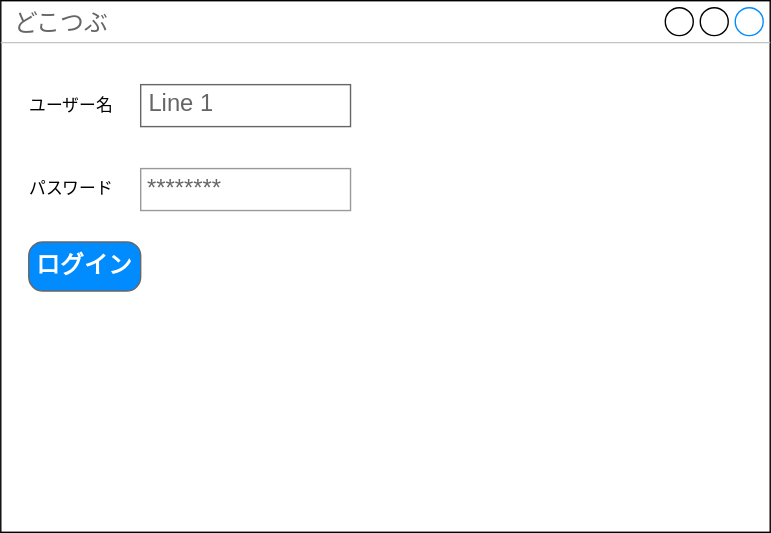
Earlier version of the draw.io export クラス図.drawio.svg (tateyama-lotus/sampleRepo). Source tidied: cells renumbered, new cells last; positions are measured from the earlier drawing's top-left corner, leaving out a move shared by most shapes. Its diagram source:
```xml
<mxGraphModel>
  <root>
    <mxCell id="0" />
    <mxCell id="1" parent="0" />
    <mxCell id="2" value="どこつぶ&lt;div&gt;&lt;br&gt;&lt;/div&gt;" style="strokeWidth=1;shadow=0;dashed=0;align=center;html=1;shape=mxgraph.mockup.containers.window;align=left;verticalAlign=top;spacingLeft=8;strokeColor2=#008cff;strokeColor3=#c4c4c4;fontColor=#666666;mainText=;fontSize=17;labelBackgroundColor=none;whiteSpace=wrap;" parent="1" vertex="1">
      <mxGeometry width="550" height="380" as="geometry" />
    </mxCell>
    <mxCell id="3" value="********" style="strokeWidth=1;shadow=0;dashed=0;align=center;html=1;shape=mxgraph.mockup.forms.pwField;strokeColor=#999999;mainText=;align=left;fontColor=#666666;fontSize=17;spacingLeft=3;" parent="1" vertex="1">
      <mxGeometry x="100" y="120" width="150" height="30" as="geometry" />
    </mxCell>
    <mxCell id="4" value="Line 1" style="strokeWidth=1;shadow=0;dashed=0;align=center;html=1;shape=mxgraph.mockup.text.textBox;fontColor=#666666;align=left;fontSize=17;spacingLeft=4;spacingTop=-3;whiteSpace=wrap;strokeColor=#666666;mainText=;" parent="1" vertex="1">
      <mxGeometry x="100" y="60" width="150" height="30" as="geometry" />
    </mxCell>
    <mxCell id="5" value="ユーザー名" style="text;html=1;align=center;verticalAlign=middle;strokeColor=none;fillColor=none;" parent="1" vertex="1">
      <mxGeometry x="10" y="60" width="80" height="30" as="geometry" />
    </mxCell>
    <mxCell id="6" value="パスワード" style="text;html=1;align=center;verticalAlign=middle;strokeColor=none;fillColor=none;" parent="1" vertex="1">
      <mxGeometry x="10" y="120" width="80" height="30" as="geometry" />
    </mxCell>
    <mxCell id="7" value="ログイン" style="strokeWidth=1;shadow=0;dashed=0;align=center;html=1;shape=mxgraph.mockup.buttons.button;strokeColor=#666666;fontColor=#ffffff;mainText=;buttonStyle=round;fontSize=17;fontStyle=1;fillColor=#008cff;whiteSpace=wrap;" parent="1" vertex="1">
      <mxGeometry x="20" y="172.5" width="80" height="35" as="geometry" />
    </mxCell>
  </root>
</mxGraphModel>
```
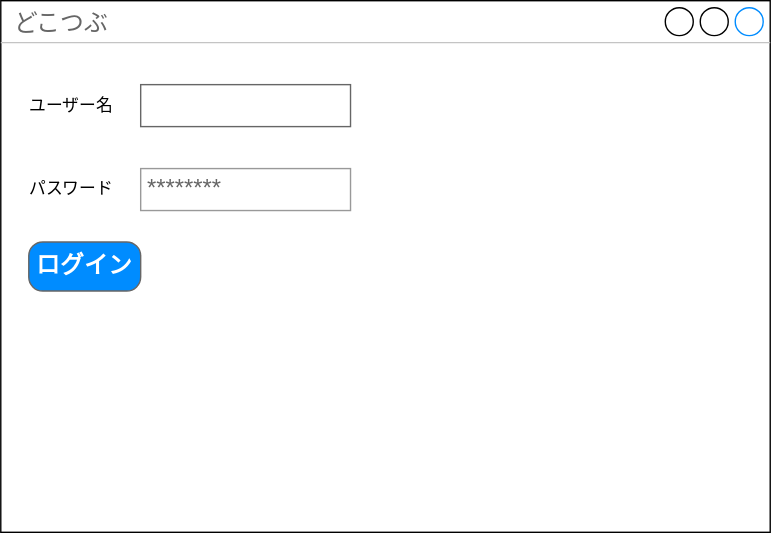
Above is the later version.

Commit message:
クラス図.drawio.svg を更新します

What changed in the source:
```diff
@@ -8,7 +8,7 @@
     <mxCell id="3" value="********" style="strokeWidth=1;shadow=0;dashed=0;align=center;html=1;shape=mxgraph.mockup.forms.pwField;strokeColor=#999999;mainText=;align=left;fontColor=#666666;fontSize=17;spacingLeft=3;" parent="1" vertex="1">
       <mxGeometry x="100" y="120" width="150" height="30" as="geometry" />
     </mxCell>
-    <mxCell id="4" value="Line 1" style="strokeWidth=1;shadow=0;dashed=0;align=center;html=1;shape=mxgraph.mockup.text.textBox;fontColor=#666666;align=left;fontSize=17;spacingLeft=4;spacingTop=-3;whiteSpace=wrap;strokeColor=#666666;mainText=;" parent="1" vertex="1">
+    <mxCell id="4" style="strokeWidth=1;shadow=0;dashed=0;align=center;html=1;shape=mxgraph.mockup.text.textBox;fontColor=#666666;align=left;fontSize=17;spacingLeft=4;spacingTop=-3;whiteSpace=wrap;strokeColor=#666666;mainText=;" parent="1" vertex="1">
       <mxGeometry x="100" y="60" width="150" height="30" as="geometry" />
     </mxCell>
     <mxCell id="5" value="ユーザー名" style="text;html=1;align=center;verticalAlign=middle;strokeColor=none;fillColor=none;" parent="1" vertex="1">
```
